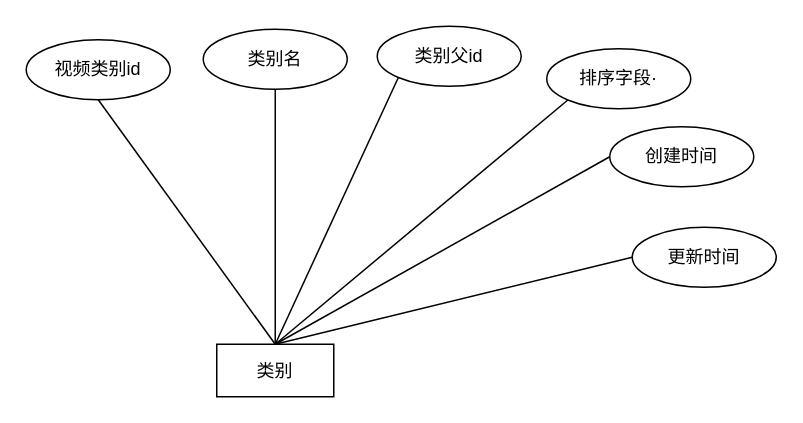
Earlier version of the draw.io diagram app/实体图.drawio (Kuzma77/Picture). Source tidied: cells renumbered, new cells numbered last; positions are measured from the earlier drawing's top-left corner, leaving out a move shared by most shapes. Both pictures are drawn from the tidied source at 150%, with x=0, y=0 at pixel (26, 26).
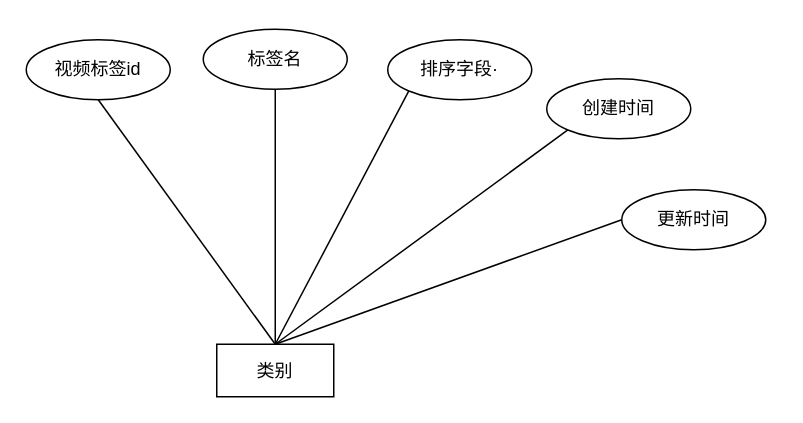
After the change.

Commit message (it also covers changes not shown here):
更新实体图.drawio

Diff of the diagram source:
```diff
@@
 <mxGraphModel>
   <root>
     <mxCell id="0" />
     <mxCell id="1" parent="0" />
     <mxCell id="2" value="类别" style="rounded=0;whiteSpace=wrap;html=1;" parent="1" vertex="1">
       <mxGeometry x="127" y="212" width="78" height="35" as="geometry" />
     </mxCell>
-    <mxCell id="3" value="视频类别id" style="ellipse;whiteSpace=wrap;html=1;" parent="1" vertex="1">
+    <mxCell id="3" value="视频标签id" style="ellipse;whiteSpace=wrap;html=1;" parent="1" vertex="1">
       <mxGeometry y="9" width="96" height="40" as="geometry" />
     </mxCell>
-    <mxCell id="4" value="类别父id" style="ellipse;whiteSpace=wrap;html=1;" parent="1" vertex="1">
-      <mxGeometry x="234" width="96" height="40" as="geometry" />
-    </mxCell>
     <mxCell id="5" value="排序字段·" style="ellipse;whiteSpace=wrap;html=1;" parent="1" vertex="1">
-      <mxGeometry x="347" y="15" width="96" height="40" as="geometry" />
+      <mxGeometry x="241" y="9" width="96" height="40" as="geometry" />
     </mxCell>
     <mxCell id="6" value="更新时间" style="ellipse;whiteSpace=wrap;html=1;" parent="1" vertex="1">
-      <mxGeometry x="404" y="134" width="96" height="40" as="geometry" />
+      <mxGeometry x="397" y="109" width="96" height="40" as="geometry" />
     </mxCell>
     <mxCell id="7" value="创建时间" style="ellipse;whiteSpace=wrap;html=1;" parent="1" vertex="1">
-      <mxGeometry x="389" y="67" width="96" height="40" as="geometry" />
+      <mxGeometry x="347" y="35" width="96" height="40" as="geometry" />
     </mxCell>
-    <mxCell id="8" style="endArrow=none;html=1;rounded=0;exitX=0.5;exitY=0;exitDx=0;exitDy=0;entryX=0;entryY=1;entryDx=0;entryDy=0;" parent="1" edge="1" source="2" target="4">
-      <mxGeometry relative="1" as="geometry" />
-    </mxCell>
     <mxCell id="9" style="endArrow=none;html=1;rounded=0;exitX=0.5;exitY=0;exitDx=0;exitDy=0;entryX=0;entryY=1;entryDx=0;entryDy=0;" parent="1" edge="1" source="2" target="5">
       <mxGeometry relative="1" as="geometry" />
     </mxCell>
     <mxCell id="10" style="endArrow=none;html=1;rounded=0;exitX=0.5;exitY=0;exitDx=0;exitDy=0;entryX=0;entryY=0.5;entryDx=0;entryDy=0;" parent="1" edge="1" source="2" target="6">
       <mxGeometry relative="1" as="geometry" />
     </mxCell>
     <mxCell id="11" style="endArrow=none;html=1;rounded=0;exitX=0.5;exitY=0;exitDx=0;exitDy=0;entryX=0.5;entryY=1;entryDx=0;entryDy=0;" parent="1" edge="1" source="2" target="3">
       <mxGeometry relative="1" as="geometry" />
     </mxCell>
-    <mxCell id="12" style="endArrow=none;html=1;rounded=0;entryX=0.5;entryY=0;entryDx=0;entryDy=0;exitX=0;exitY=0.5;exitDx=0;exitDy=0;" parent="1" edge="1" source="7" target="2">
+    <mxCell id="12" style="endArrow=none;html=1;rounded=0;entryX=0.5;entryY=0;entryDx=0;entryDy=0;exitX=0;exitY=1;exitDx=0;exitDy=0;" parent="1" edge="1" source="7" target="2">
       <mxGeometry relative="1" as="geometry" />
     </mxCell>
-    <mxCell id="13" value="类别名" style="ellipse;whiteSpace=wrap;html=1;" parent="1" vertex="1">
+    <mxCell id="13" value="标签名" style="ellipse;whiteSpace=wrap;html=1;" parent="1" vertex="1">
       <mxGeometry x="118" y="2" width="96" height="40" as="geometry" />
     </mxCell>
     <mxCell id="14" style="endArrow=none;html=1;rounded=0;exitX=0.5;exitY=0;exitDx=0;exitDy=0;entryX=0.5;entryY=1;entryDx=0;entryDy=0;" parent="1" edge="1" source="2" target="13">
       <mxGeometry relative="1" as="geometry" />
     </mxCell>
   </root>
 </mxGraphModel>
```
